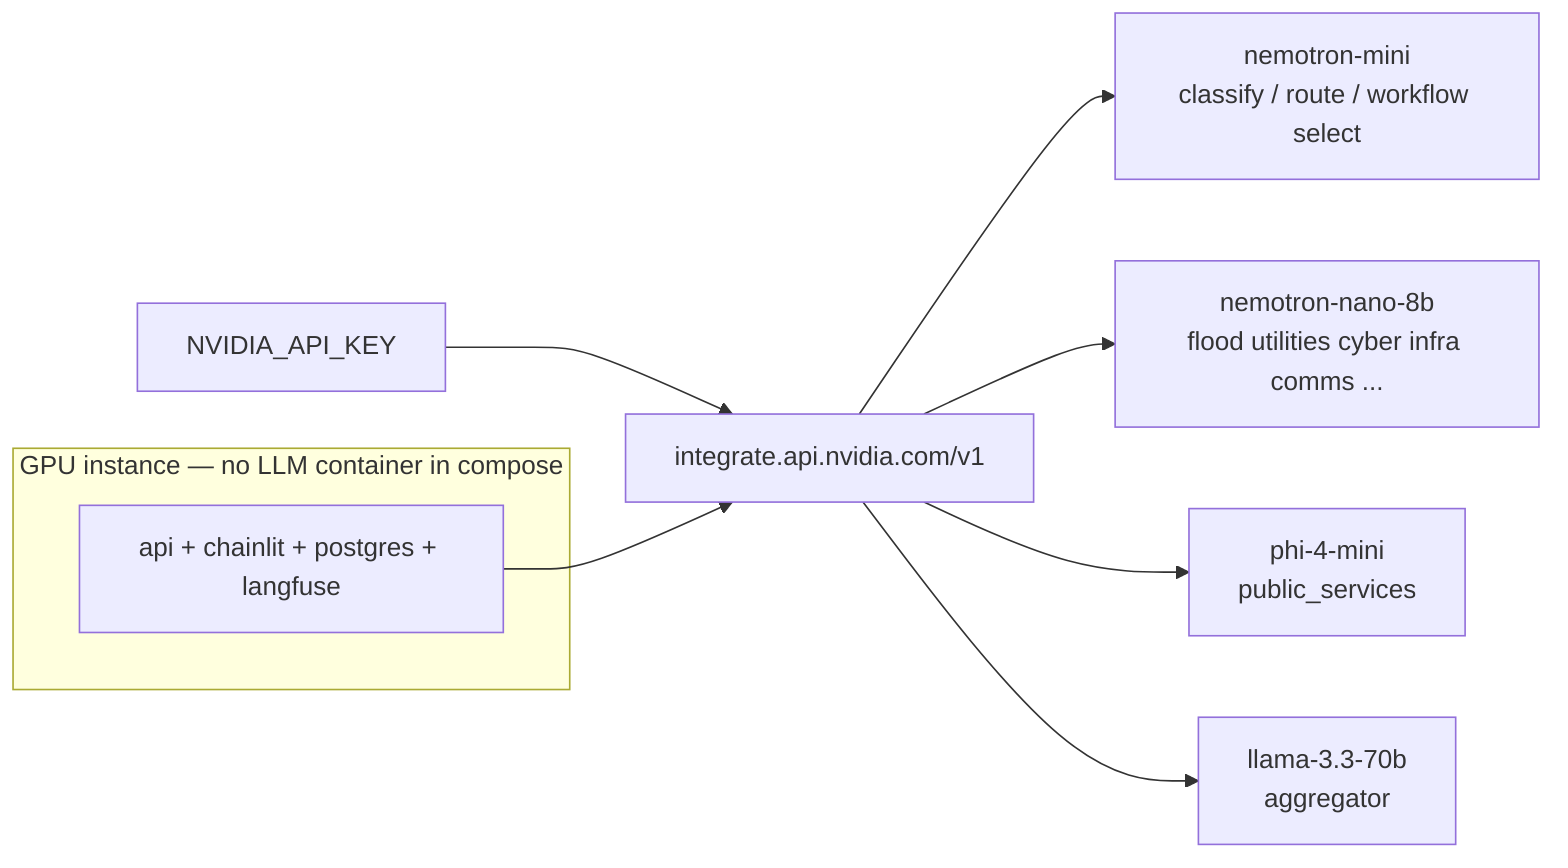
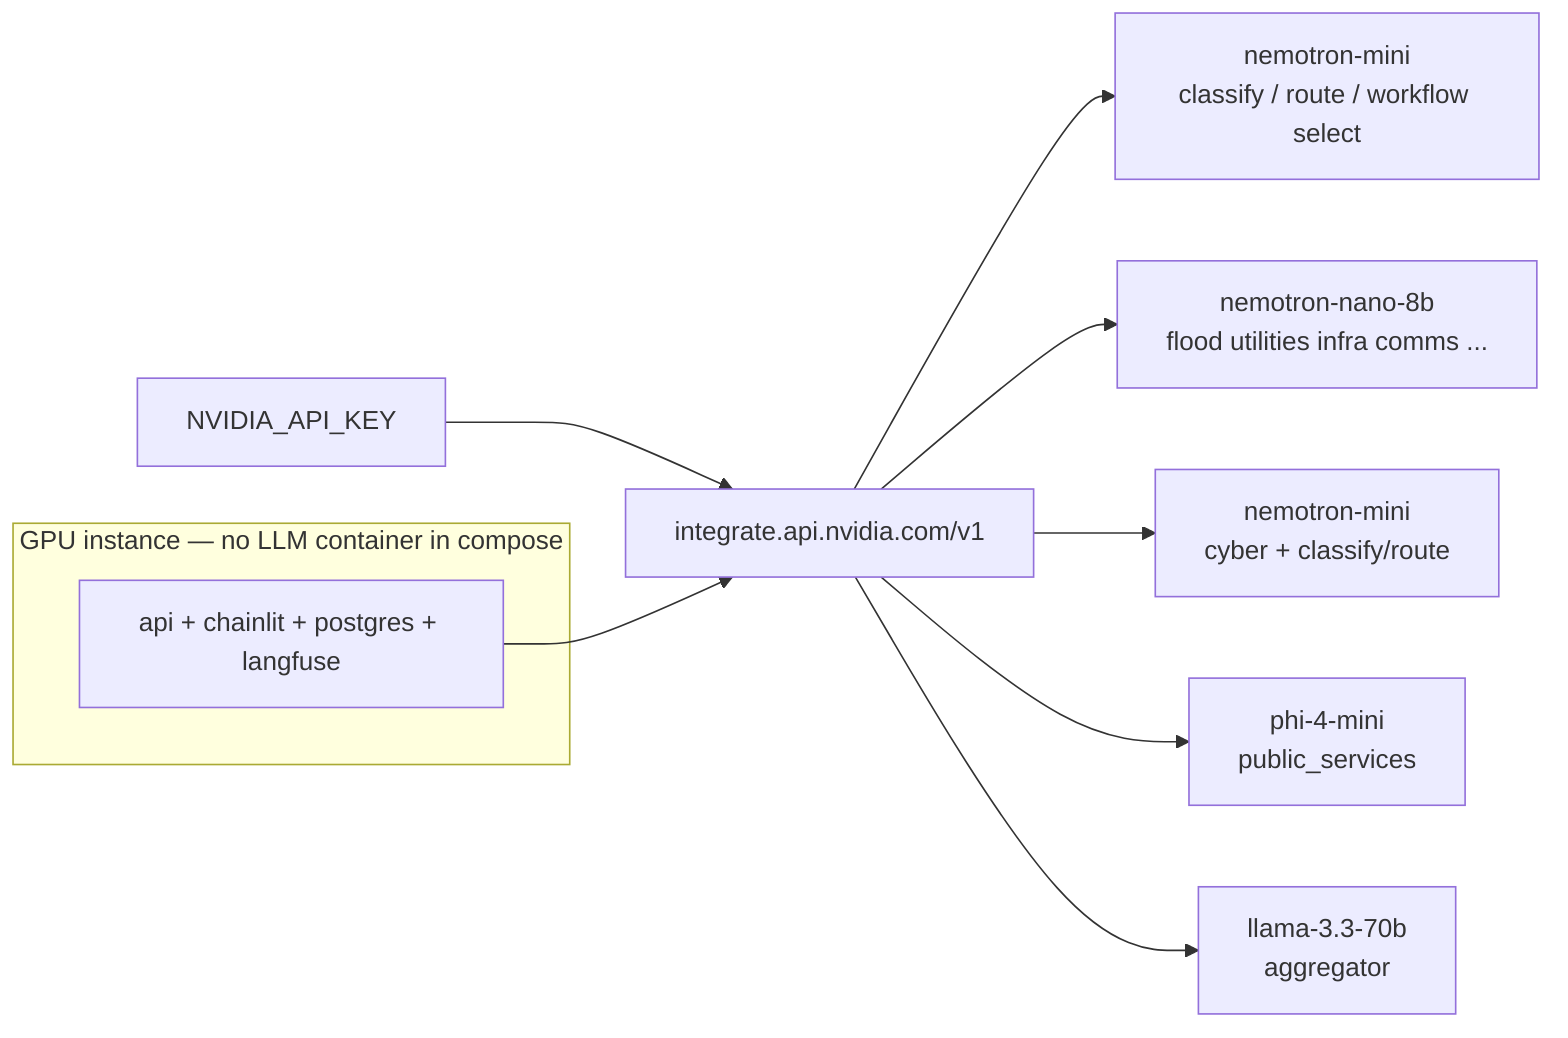
flowchart LR
  KEY[NVIDIA_API_KEY]
  API[integrate.api.nvidia.com/v1]

  KEY --> API

  API --> M1[nemotron-mini<br/>classify / route / workflow select]
-   API --> M2[nemotron-nano-8b<br/>flood utilities cyber infra comms ...]
+   API --> M2[nemotron-nano-8b<br/>flood utilities infra comms ...]
+   API --> M2b[nemotron-mini<br/>cyber + classify/route]
  API --> M4[phi-4-mini<br/>public_services]
  API --> M5[llama-3.3-70b<br/>aggregator]

  subgraph host["GPU instance — no LLM container in compose"]
    APP[api + chainlit + postgres + langfuse]
  end

  APP --> API
